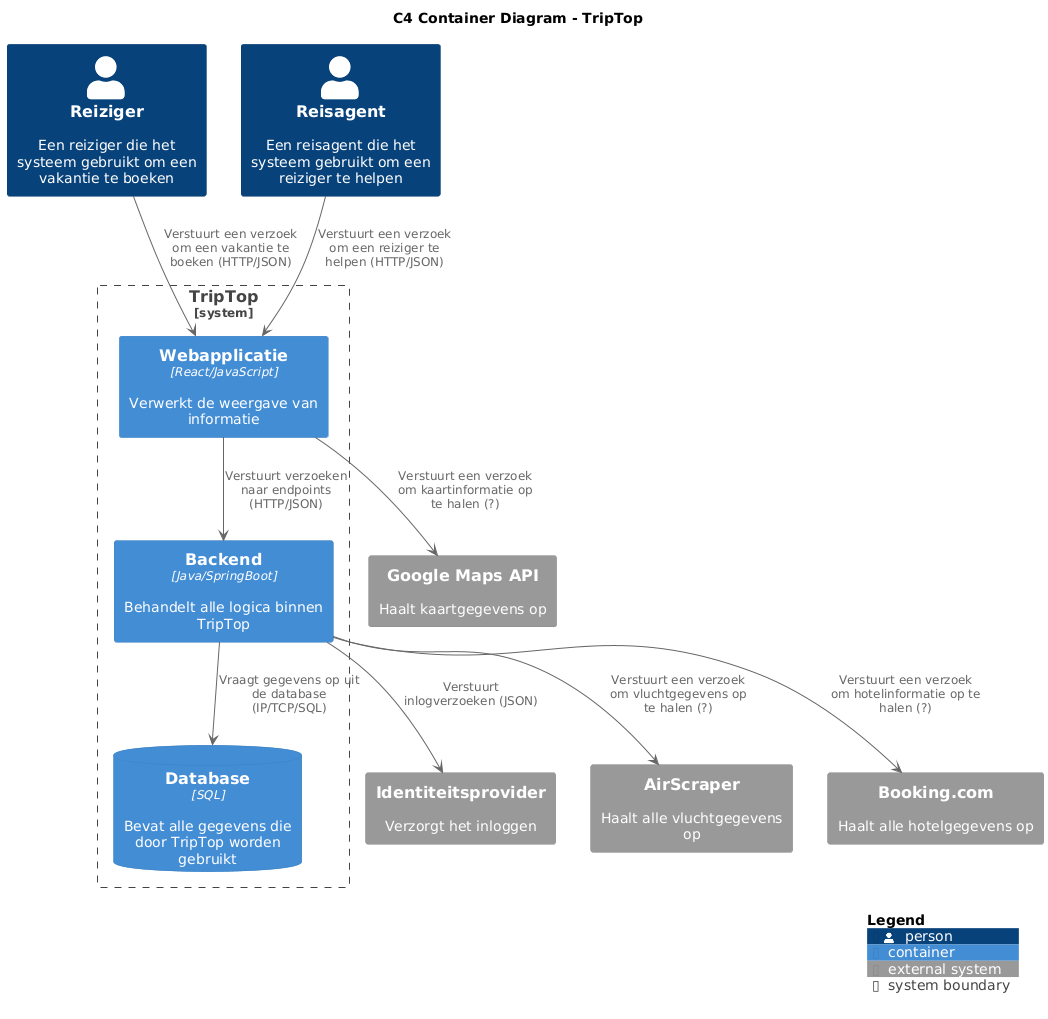
The PlantUML diagram C4_diagrammen/container-diagram-triptop.png in AIM-ENE-feb25/triptop-groep-b4, before a commit.
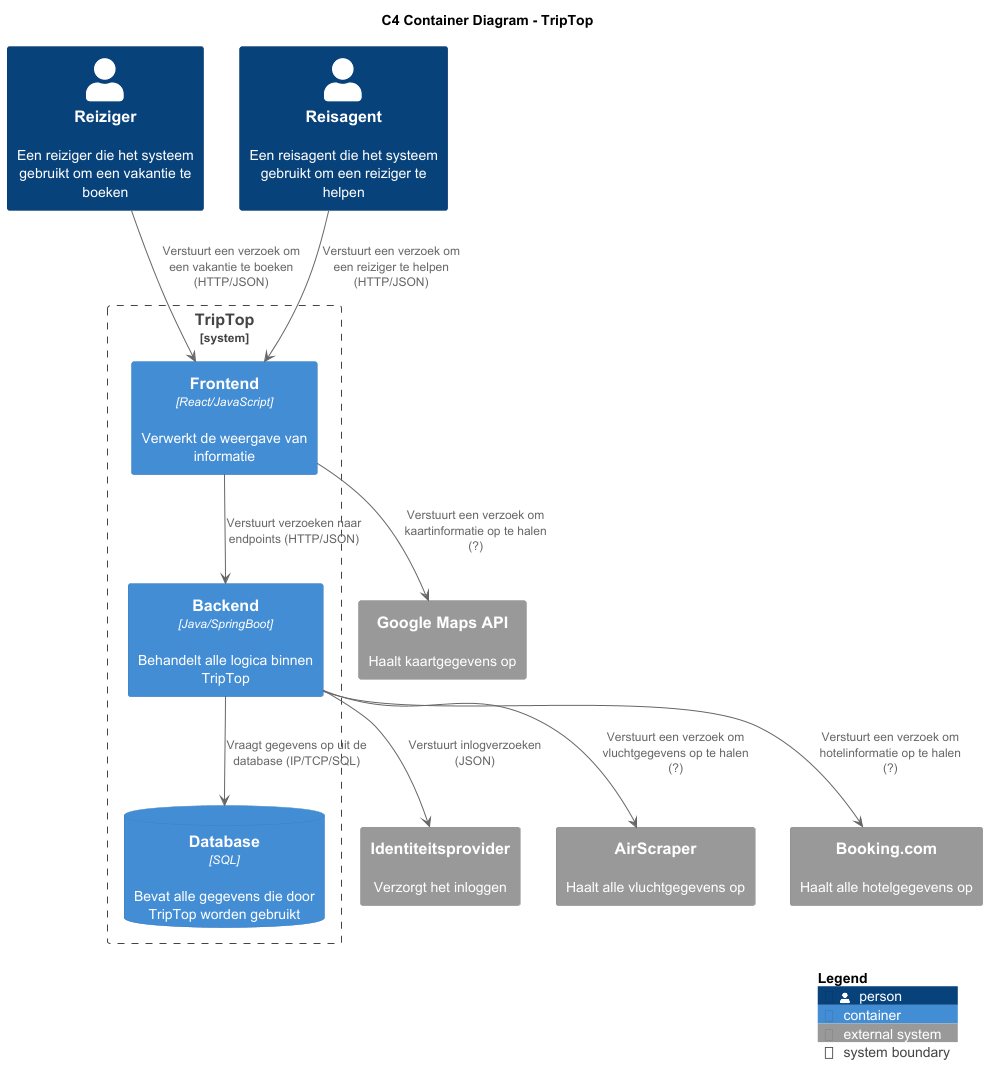
The same file after the commit.

The edit, as a diff of the source:
```diff
@@ -1,4 +1,5 @@
 @startuml
+
 !include https://raw.githubusercontent.com/plantuml-stdlib/C4-PlantUML/master/C4_Container.puml
 
 title C4 Container Diagram - TripTop
@@ -7,7 +8,7 @@
 Person(Reisagent, "Reisagent", "Een reisagent die het systeem gebruikt om een reiziger te helpen")
 
 System_Boundary(TripTop, "TripTop") {
-    Container(Web_app, "Webapplicatie", "React/JavaScript", "Verwerkt de weergave van informatie")
+    Container(Frontend, "Frontend", "React/JavaScript", "Verwerkt de weergave van informatie")
     Container(Backend, "Backend", "Java/SpringBoot", "Behandelt alle logica binnen TripTop")
     ContainerDb(Database, "Database", "SQL", "Bevat alle gegevens die door TripTop worden gebruikt")
 }
@@ -18,10 +19,10 @@
 System_Ext(GoogleMapsAPI, "Google Maps API", "Haalt kaartgegevens op")
 
 Backend --> Database : "Vraagt gegevens op uit de database (IP/TCP/SQL)"
-Reiziger --> Web_app: "Verstuurt een verzoek om een vakantie te boeken (HTTP/JSON)"
-Reisagent --> Web_app: "Verstuurt een verzoek om een reiziger te helpen (HTTP/JSON)"
-Web_app --> Backend: "Verstuurt verzoeken naar endpoints (HTTP/JSON)"
-Web_app --> GoogleMapsAPI: "Verstuurt een verzoek om kaartinformatie op te halen (?)"
+Reiziger --> Frontend: "Verstuurt een verzoek om een vakantie te boeken (HTTP/JSON)"
+Reisagent --> Frontend: "Verstuurt een verzoek om een reiziger te helpen (HTTP/JSON)"
+Frontend --> Backend: "Verstuurt verzoeken naar endpoints (HTTP/JSON)"
+Frontend --> GoogleMapsAPI: "Verstuurt een verzoek om kaartinformatie op te halen (?)"
 Backend --> Identiteitsprovider: "Verstuurt inlogverzoeken (JSON)"
 Backend --> AirScraper: "Verstuurt een verzoek om vluchtgegevens op te halen (?)"
 Backend --> BookingCom: "Verstuurt een verzoek om hotelinformatie op te halen (?)"
```
